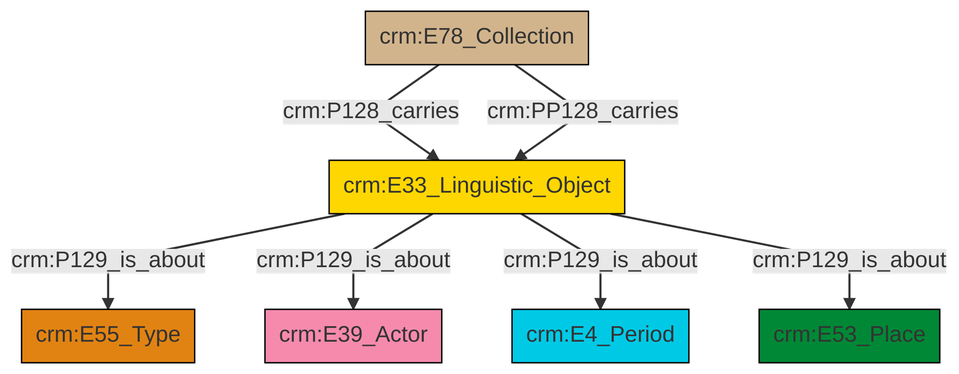
The Mermaid diagram et/archivalCSV/ttl/mmd/png/archival_aboutness.png in swiss-art-research-net/docs.swissartresearch, before a commit. Its source is kept beside it as et/archivalCSV/ttl/mmd/archival_aboutness.ttl.mmd.
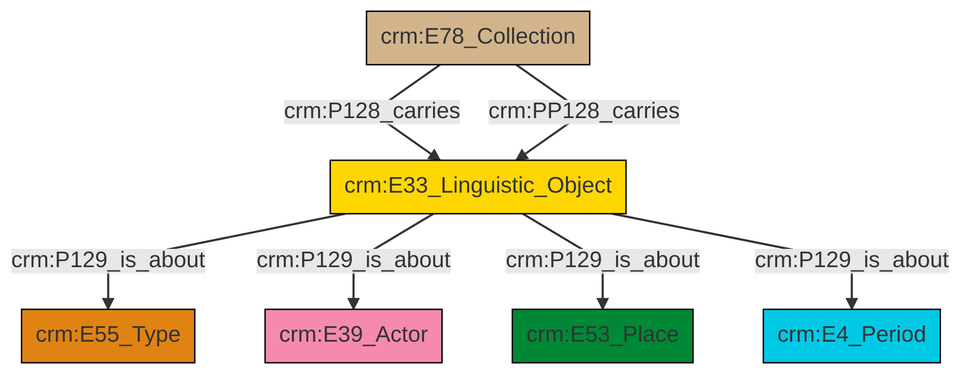
After the change.

What changed in the source:
```diff
@@ -13,9 +13,9 @@
 classDef PC_Classes fill:#4ce600, stroke:#000000;
 classDef Multi fill:#cccccc,stroke:#000000;
 
-2["crm:E33_Linguistic_Object"]:::Conceptual_Object -->|crm:P129_is_about| 3["crm:E55_Type"]:::Type
-2["crm:E33_Linguistic_Object"]:::Conceptual_Object -->|crm:P129_is_about| 4["crm:E39_Actor"]:::Actor
-5["crm:E78_Collection"]:::Physical_Thing -->|crm:P128_carries| 2["crm:E33_Linguistic_Object"]:::Conceptual_Object
-5["crm:E78_Collection"]:::Physical_Thing -->|crm:PP128_carries| 2["crm:E33_Linguistic_Object"]:::Conceptual_Object
-2["crm:E33_Linguistic_Object"]:::Conceptual_Object -->|crm:P129_is_about| 0["crm:E4_Period"]:::Temporal_Entity
+6["crm:E78_Collection"]:::Physical_Thing -->|crm:P128_carries| 2["crm:E33_Linguistic_Object"]:::Conceptual_Object
+2["crm:E33_Linguistic_Object"]:::Conceptual_Object -->|crm:P129_is_about| 4["crm:E55_Type"]:::Type
+6["crm:E78_Collection"]:::Physical_Thing -->|crm:PP128_carries| 2["crm:E33_Linguistic_Object"]:::Conceptual_Object
+2["crm:E33_Linguistic_Object"]:::Conceptual_Object -->|crm:P129_is_about| 0["crm:E39_Actor"]:::Actor
 2["crm:E33_Linguistic_Object"]:::Conceptual_Object -->|crm:P129_is_about| 8["crm:E53_Place"]:::Place
+2["crm:E33_Linguistic_Object"]:::Conceptual_Object -->|crm:P129_is_about| 9["crm:E4_Period"]:::Temporal_Entity
```
